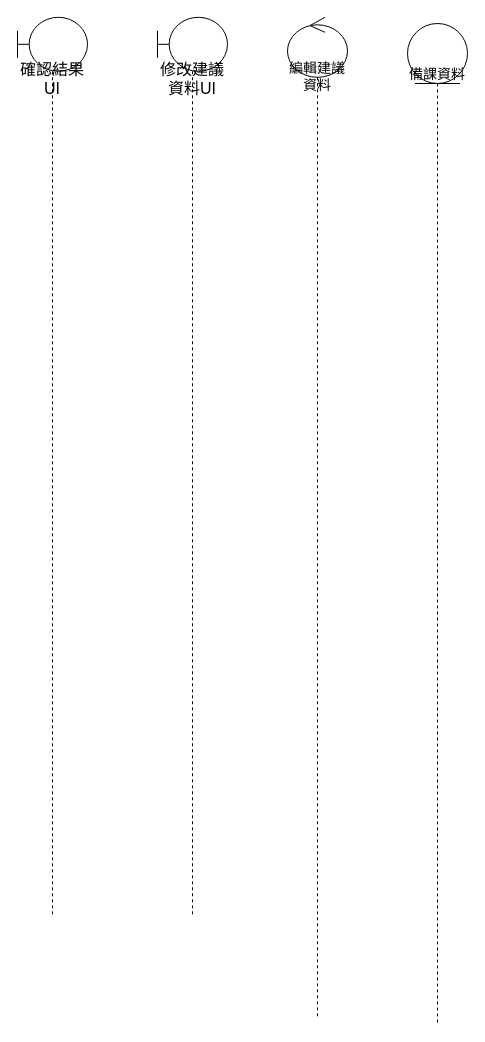
This is 修改建議資料循序圖.drawio from Kevincheng0804/System-analysis, a draw.io file, before an edit. Source tidied: cells renumbered, new cells numbered last; positions are measured from the earlier drawing's top-left corner, leaving out a move shared by most shapes. Both pictures are drawn from the tidied source at 100%, with x=0, y=0 at pixel (17, 17).
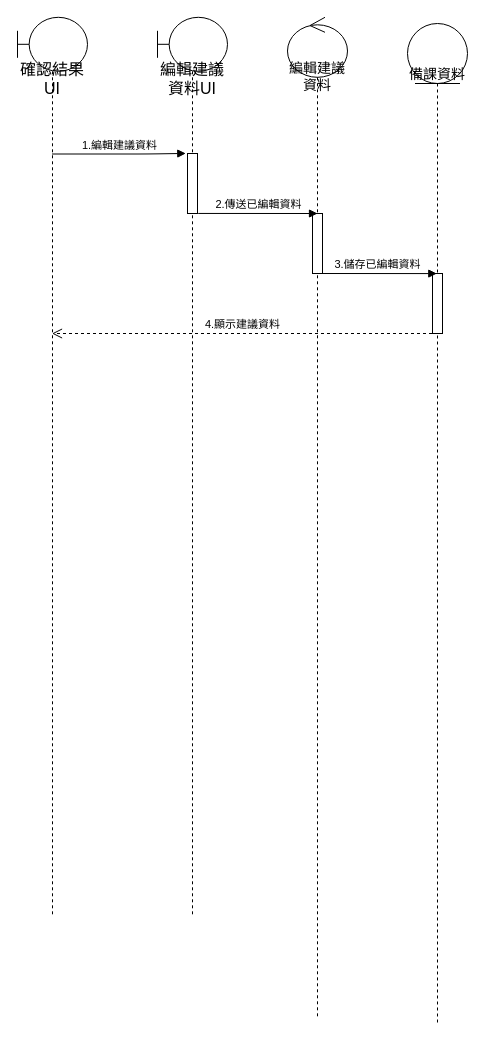
The same diagram, later.

The edit, as a diff of the source:
```diff
@@
 <mxGraphModel>
   <root>
     <mxCell id="0" />
     <mxCell id="1" parent="0" />
-    <mxCell id="2" value="修改建議資料UI" style="shape=umlLifeline;participant=umlBoundary;perimeter=lifelinePerimeter;whiteSpace=wrap;html=1;verticalAlign=top;spacingTop=36;fontSize=16;size=54;" parent="1" vertex="1">
+    <mxCell id="2" value="編輯建議資料UI" style="shape=umlLifeline;participant=umlBoundary;perimeter=lifelinePerimeter;whiteSpace=wrap;html=1;verticalAlign=top;spacingTop=36;fontSize=16;size=54;" parent="1" vertex="1">
       <mxGeometry x="140" y="-0.2" width="70" height="900" as="geometry" />
     </mxCell>
+    <mxCell id="6" style="html=1;points=[];perimeter=orthogonalPerimeter;" parent="2" vertex="1">
+      <mxGeometry x="30" y="136.2" width="10" height="60" as="geometry" />
+    </mxCell>
     <mxCell id="3" value="備課資料" style="shape=umlLifeline;participant=umlEntity;perimeter=lifelinePerimeter;whiteSpace=wrap;html=1;verticalAlign=top;spacingTop=36;fontSize=14;size=60;" parent="1" vertex="1">
       <mxGeometry x="390" y="6" width="60" height="1000" as="geometry" />
     </mxCell>
+    <mxCell id="7" style="html=1;perimeter=orthogonalPerimeter;" parent="3" vertex="1">
+      <mxGeometry x="25" y="250" width="10" height="60" as="geometry" />
+    </mxCell>
     <mxCell id="4" value="編輯建議資料" style="shape=umlLifeline;participant=umlControl;perimeter=lifelinePerimeter;whiteSpace=wrap;html=1;verticalAlign=top;spacingTop=36;fontSize=14;size=60;align=center;" parent="1" vertex="1">
       <mxGeometry x="270" y="-0.2" width="60" height="1000" as="geometry" />
     </mxCell>
+    <mxCell id="8" style="html=1;perimeter=orthogonalPerimeter;" parent="4" vertex="1">
+      <mxGeometry x="25" y="196.2" width="10" height="60" as="geometry" />
+    </mxCell>
+    <mxCell id="9" value="2.傳送已編輯資料" style="html=1;verticalAlign=bottom;startArrow=none;startFill=0;endArrow=block;startSize=8;exitX=1.068;exitY=0.999;exitDx=0;exitDy=0;exitPerimeter=0;" parent="4" edge="1" source="6">
+      <mxGeometry relative="1" as="geometry">
+        <mxPoint x="30" y="196.2" as="targetPoint" />
+      </mxGeometry>
+    </mxCell>
     <mxCell id="5" value="確認結果UI" style="shape=umlLifeline;participant=umlBoundary;perimeter=lifelinePerimeter;whiteSpace=wrap;html=1;verticalAlign=top;spacingTop=36;outlineConnect=0;fontSize=16;size=54;" parent="1" vertex="1">
       <mxGeometry y="-0.2" width="70" height="900" as="geometry" />
     </mxCell>
+    <mxCell id="10" value="1.編輯建議資料" style="html=1;verticalAlign=bottom;startArrow=none;startFill=0;endArrow=block;startSize=8;entryX=-0.17;entryY=-0.001;entryDx=0;entryDy=0;entryPerimeter=0;" parent="1" edge="1" source="5" target="6">
+      <mxGeometry relative="1" as="geometry">
+        <Array as="points">
+          <mxPoint x="130.5" y="136.5" />
+        </Array>
+      </mxGeometry>
+    </mxCell>
+    <mxCell id="11" value="3.儲存已編輯資料" style="html=1;verticalAlign=bottom;startArrow=none;startFill=0;endArrow=block;startSize=8;exitX=1.068;exitY=0.999;exitDx=0;exitDy=0;exitPerimeter=0;" parent="1" edge="1">
+      <mxGeometry relative="1" as="geometry">
+        <mxPoint x="300" y="256" as="sourcePoint" />
+        <mxPoint x="419.3" y="256.1" as="targetPoint" />
+      </mxGeometry>
+    </mxCell>
+    <mxCell id="12" value="4.顯示建議資料" style="html=1;verticalAlign=bottom;endArrow=open;dashed=1;endSize=8;" parent="1" edge="1" target="5">
+      <mxGeometry relative="1" as="geometry">
+        <mxPoint x="414.5" y="316" as="sourcePoint" />
+        <Array as="points">
+          <mxPoint x="335" y="316" />
+        </Array>
+      </mxGeometry>
+    </mxCell>
   </root>
 </mxGraphModel>
```
